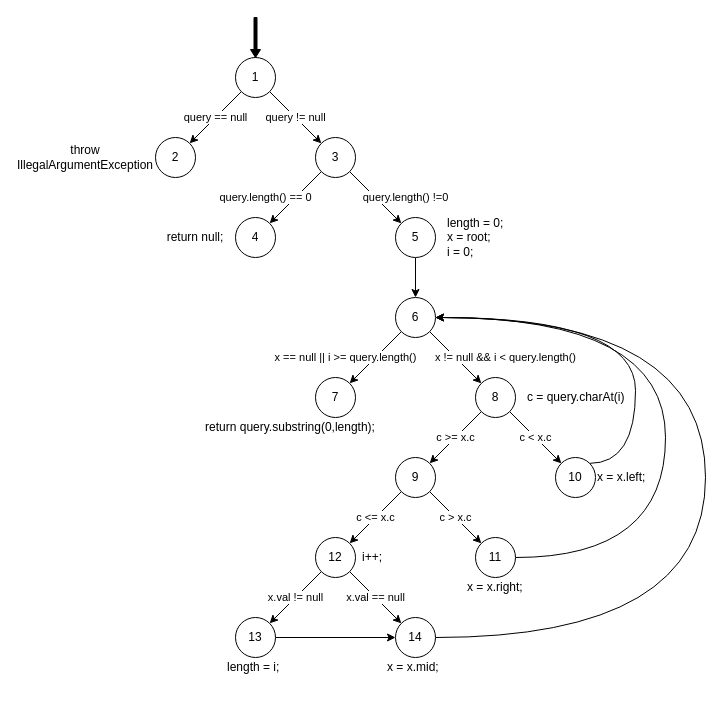
This is longestPrefixOfGraph.drawio from JoaoDavid/vvs1920_unit_testing, a draw.io file, before an edit. Source tidied: cells renumbered, new cells numbered last; positions are measured from the earlier drawing's top-left corner, leaving out a move shared by most shapes. Both pictures are drawn from the tidied source at 100%, with x=0, y=0 at pixel (65, 17).
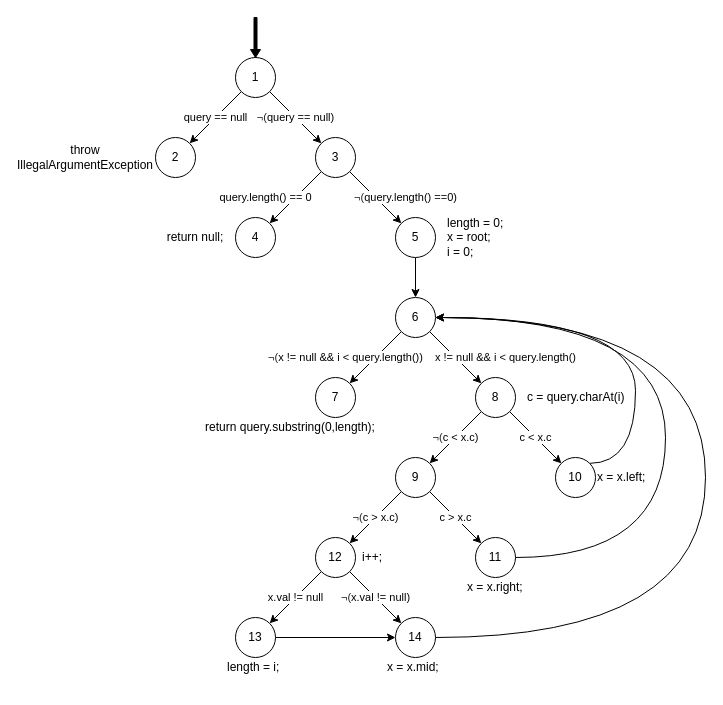
After the change.

Unchanged cells that the change refers to:
```xml
<mxCell id="4" value="1" style="ellipse;whiteSpace=wrap;html=1;" parent="1" vertex="1">
  <mxGeometry x="170" y="40" width="40" height="40" as="geometry" />
</mxCell>
<mxCell id="6" value="2" style="ellipse;whiteSpace=wrap;html=1;" parent="1" vertex="1">
  <mxGeometry x="90" y="120" width="40" height="40" as="geometry" />
</mxCell>
<mxCell id="10" value="3" style="ellipse;whiteSpace=wrap;html=1;" parent="1" vertex="1">
  <mxGeometry x="250" y="120" width="40" height="40" as="geometry" />
</mxCell>
<mxCell id="15" value="5" style="ellipse;whiteSpace=wrap;html=1;" parent="1" vertex="1">
  <mxGeometry x="330" y="200" width="40" height="40" as="geometry" />
</mxCell>
<mxCell id="18" value="7" style="ellipse;whiteSpace=wrap;html=1;" parent="1" vertex="1">
  <mxGeometry x="250" y="360" width="40" height="40" as="geometry" />
</mxCell>
<mxCell id="21" value="8" style="ellipse;whiteSpace=wrap;html=1;" parent="1" vertex="1">
  <mxGeometry x="410" y="360" width="40" height="40" as="geometry" />
</mxCell>
<mxCell id="25" value="9" style="ellipse;whiteSpace=wrap;html=1;" parent="1" vertex="1">
  <mxGeometry x="330" y="440" width="40" height="40" as="geometry" />
</mxCell>
<mxCell id="27" value="6" style="ellipse;whiteSpace=wrap;html=1;" parent="1" vertex="1">
  <mxGeometry x="330" y="280" width="40" height="40" as="geometry" />
</mxCell>
<mxCell id="31" value="12" style="ellipse;whiteSpace=wrap;html=1;" parent="1" vertex="1">
  <mxGeometry x="250" y="520" width="40" height="40" as="geometry" />
</mxCell>
<mxCell id="37" value="14" style="ellipse;whiteSpace=wrap;html=1;" parent="1" vertex="1">
  <mxGeometry x="330" y="600" width="40" height="40" as="geometry" />
</mxCell>
```

Change to the diagram source:
```diff
@@
-    <mxCell id="2" value="query == null" style="rounded=0;jettySize=auto;html=1;exitX=0;exitY=1;exitDx=0;exitDy=0;entryX=1;entryY=0;entryDx=0;entryDy=0;" parent="1" edge="1" source="4" target="6">
+    <mxCell id="2" value="query == null" style="rounded=0;jettySize=auto;html=1;exitX=0;exitY=1;exitDx=0;exitDy=0;entryX=1;entryY=0;entryDx=0;entryDy=0;align=center;verticalAlign=middle;" parent="1" edge="1" source="4" target="6">
       <mxGeometry relative="1" as="geometry" />
     </mxCell>
-    <mxCell id="3" value="query != null" style="edgeStyle=none;rounded=0;jettySize=auto;html=1;exitX=1;exitY=1;exitDx=0;exitDy=0;entryX=0;entryY=0;entryDx=0;entryDy=0;" parent="1" edge="1" source="4" target="10">
+    <mxCell id="3" value="&lt;span style=&quot;white-space: normal ; font-family: sans-serif ; color: rgb(34 , 34 , 34)&quot;&gt;&lt;font style=&quot;font-size: 11px&quot;&gt;¬&lt;/font&gt;&lt;font style=&quot;font-size: 11px&quot;&gt;(&lt;/font&gt;&lt;/span&gt;query == null)" style="edgeStyle=none;rounded=0;jettySize=auto;html=1;exitX=1;exitY=1;exitDx=0;exitDy=0;entryX=0;entryY=0;entryDx=0;entryDy=0;align=center;" parent="1" edge="1" source="4" target="10">
       <mxGeometry relative="1" as="geometry" />
     </mxCell>
@@
-    <mxCell id="9" value="query.length() !=0" style="edgeStyle=none;rounded=0;jettySize=auto;html=1;exitX=1;exitY=1;exitDx=0;exitDy=0;entryX=0;entryY=0;entryDx=0;entryDy=0;" parent="1" edge="1" source="10" target="15">
+    <mxCell id="9" value="&lt;font style=&quot;color: rgb(34 , 34 , 34) ; font-family: sans-serif ; white-space: normal&quot;&gt;¬&lt;/font&gt;&lt;font style=&quot;color: rgb(34 , 34 , 34) ; font-family: sans-serif ; white-space: normal&quot;&gt;(&lt;/font&gt;query.length() ==0)" style="edgeStyle=none;rounded=0;jettySize=auto;html=1;exitX=1;exitY=1;exitDx=0;exitDy=0;entryX=0;entryY=0;entryDx=0;entryDy=0;" parent="1" edge="1" source="10" target="15">
       <mxGeometry x="0.58" y="21" relative="1" as="geometry" />
     </mxCell>
@@
-    <mxCell id="12" value="x == null || i &amp;gt;= query.length()" style="edgeStyle=none;rounded=0;jettySize=auto;html=1;entryX=1;entryY=0;entryDx=0;entryDy=0;exitX=0;exitY=1;exitDx=0;exitDy=0;" parent="1" edge="1" source="27" target="18">
+    <mxCell id="12" value="&lt;font style=&quot;color: rgb(34 , 34 , 34) ; font-family: sans-serif ; white-space: normal&quot;&gt;¬&lt;/font&gt;&lt;font style=&quot;color: rgb(34 , 34 , 34) ; font-family: sans-serif ; white-space: normal&quot;&gt;(&lt;/font&gt;x != null &amp;amp;&amp;amp; i &amp;lt; query.length())" style="edgeStyle=none;rounded=0;jettySize=auto;html=1;entryX=1;entryY=0;entryDx=0;entryDy=0;exitX=0;exitY=1;exitDx=0;exitDy=0;" parent="1" edge="1" source="27" target="18">
       <mxGeometry x="0.58" y="-21" relative="1" as="geometry" />
     </mxCell>
@@
-    <mxCell id="19" value="c &amp;gt;= x.c" style="edgeStyle=none;rounded=0;jettySize=auto;html=1;exitX=0;exitY=1;exitDx=0;exitDy=0;entryX=1;entryY=0;entryDx=0;entryDy=0;" parent="1" edge="1" source="21" target="25">
+    <mxCell id="19" value="&lt;font style=&quot;color: rgb(34 , 34 , 34) ; font-family: sans-serif ; white-space: normal&quot;&gt;¬&lt;/font&gt;&lt;font style=&quot;color: rgb(34 , 34 , 34) ; font-family: sans-serif ; white-space: normal&quot;&gt;(&lt;/font&gt;c &amp;lt; x.c)" style="edgeStyle=none;rounded=0;jettySize=auto;html=1;exitX=0;exitY=1;exitDx=0;exitDy=0;entryX=1;entryY=0;entryDx=0;entryDy=0;" parent="1" edge="1" source="21" target="25">
       <mxGeometry relative="1" as="geometry" />
     </mxCell>
@@
-    <mxCell id="24" value="c &amp;lt;= x.c" style="edgeStyle=none;rounded=0;jettySize=auto;html=1;exitX=0;exitY=1;exitDx=0;exitDy=0;entryX=1;entryY=0;entryDx=0;entryDy=0;" parent="1" edge="1" source="25" target="31">
+    <mxCell id="24" value="&lt;font style=&quot;color: rgb(34 , 34 , 34) ; font-family: sans-serif ; white-space: normal&quot;&gt;¬&lt;/font&gt;&lt;font style=&quot;color: rgb(34 , 34 , 34) ; font-family: sans-serif ; white-space: normal&quot;&gt;(&lt;/font&gt;c &amp;gt; x.c)" style="edgeStyle=none;rounded=0;jettySize=auto;html=1;exitX=0;exitY=1;exitDx=0;exitDy=0;entryX=1;entryY=0;entryDx=0;entryDy=0;" parent="1" edge="1" source="25" target="31">
       <mxGeometry relative="1" as="geometry" />
     </mxCell>
@@
-    <mxCell id="30" value="x.val == null" style="edgeStyle=none;rounded=0;jettySize=auto;html=1;exitX=1;exitY=1;exitDx=0;exitDy=0;entryX=0;entryY=0;entryDx=0;entryDy=0;" parent="1" edge="1" source="31" target="37">
+    <mxCell id="30" value="&lt;font style=&quot;color: rgb(34 , 34 , 34) ; font-family: sans-serif ; white-space: normal&quot;&gt;¬&lt;/font&gt;&lt;font style=&quot;color: rgb(34 , 34 , 34) ; font-family: sans-serif ; white-space: normal&quot;&gt;(&lt;/font&gt;x.val != null)" style="edgeStyle=none;rounded=0;jettySize=auto;html=1;exitX=1;exitY=1;exitDx=0;exitDy=0;entryX=0;entryY=0;entryDx=0;entryDy=0;" parent="1" edge="1" source="31" target="37">
       <mxGeometry relative="1" as="geometry" />
     </mxCell>
```
